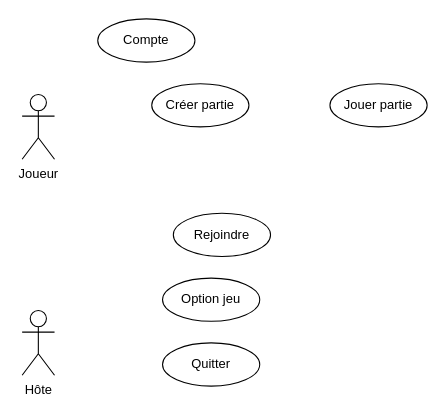
This is Diagrammes/Diagramme sans nom.drawio from Igniiis/projet_splendor, a draw.io file, before an edit. Source tidied: cells renumbered, new cells numbered last; positions are measured from the earlier drawing's top-left corner, leaving out a move shared by most shapes. Both pictures are drawn from the tidied source at 108%, with x=0, y=0 at pixel (22, 18).
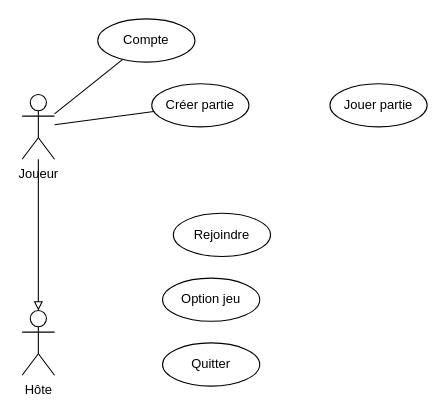
The same page after the edit.

Commit message (it also covers changes not shown here):
Mettre à jour Diagramme sans nom.drawio

What changed in the source:
```diff
@@
 <mxGraphModel>
   <root>
     <mxCell id="0" />
     <mxCell id="1" parent="0" />
     <mxCell id="2" value="Joueur" style="shape=umlActor;verticalLabelPosition=bottom;verticalAlign=top;html=1;outlineConnect=0;" parent="1" vertex="1">
       <mxGeometry y="70" width="30" height="60" as="geometry" />
     </mxCell>
     <mxCell id="3" value="Hôte" style="shape=umlActor;verticalLabelPosition=bottom;verticalAlign=top;html=1;outlineConnect=0;" parent="1" vertex="1">
       <mxGeometry y="270" width="30" height="60" as="geometry" />
     </mxCell>
     <mxCell id="4" value="Compte" style="ellipse;whiteSpace=wrap;html=1;" parent="1" vertex="1">
       <mxGeometry x="70" width="90" height="40" as="geometry" />
     </mxCell>
     <mxCell id="5" value="Créer partie" style="ellipse;whiteSpace=wrap;html=1;" parent="1" vertex="1">
       <mxGeometry x="120" y="60" width="90" height="40" as="geometry" />
     </mxCell>
     <mxCell id="6" value="Rejoindre" style="ellipse;whiteSpace=wrap;html=1;" parent="1" vertex="1">
       <mxGeometry x="140" y="180" width="90" height="40" as="geometry" />
     </mxCell>
     <mxCell id="7" value="Quitter" style="ellipse;whiteSpace=wrap;html=1;" parent="1" vertex="1">
       <mxGeometry x="130" y="300" width="90" height="40" as="geometry" />
     </mxCell>
     <mxCell id="8" value="Option jeu" style="ellipse;whiteSpace=wrap;html=1;" parent="1" vertex="1">
       <mxGeometry x="130" y="240" width="90" height="40" as="geometry" />
     </mxCell>
     <mxCell id="9" value="Jouer partie" style="ellipse;whiteSpace=wrap;html=1;" parent="1" vertex="1">
       <mxGeometry x="285" y="60" width="90" height="40" as="geometry" />
     </mxCell>
+    <mxCell id="10" style="endArrow=none;html=1;rounded=0;" parent="1" edge="1" source="2" target="4">
+      <mxGeometry relative="1" as="geometry" />
+    </mxCell>
+    <mxCell id="11" style="endArrow=none;html=1;rounded=0;" parent="1" edge="1" source="2" target="5">
+      <mxGeometry relative="1" as="geometry" />
+    </mxCell>
+    <mxCell id="12" style="endArrow=none;html=1;rounded=0;startArrow=block;startFill=0;" parent="1" edge="1" source="3" target="2">
+      <mxGeometry relative="1" as="geometry" />
+    </mxCell>
   </root>
 </mxGraphModel>
```
